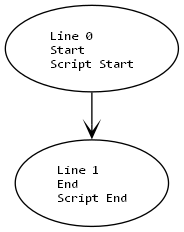
mine41/deob keeps this Graphviz diagram as in/in.png. Above is the earlier version. Its source is kept beside it as in/in.dot.
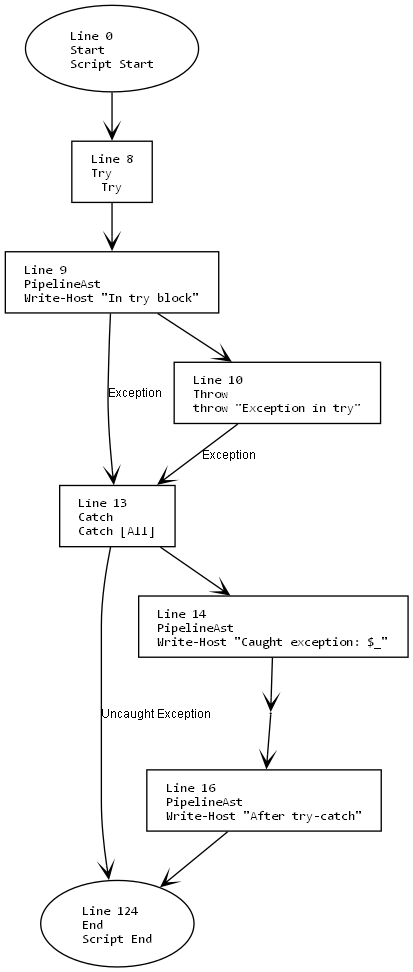
After the commit.

Commit message:
修复bug：最后一个catch错误的结束了所有exception情况，忽视了uncaught exception

Change to the diagram source:
```diff
@@ -11,7 +11,23 @@
     edge [fontname="Arial", arrowhead=vee, fontsize=9];
 
     1 [label="Line 0\lStart\lScript Start", shape=oval];
-    2 [label="Line 1\lEnd\lScript End", shape=oval];
+    2 [label="Line 124\lEnd\lScript End", shape=oval];
+    3 [label="Line 8\lTry\lTry", shape=box];
+    4 [label="Line 15\lMerge\lTry-End", shape=point];
+    5 [label="Line 13\lCatch\lCatch [All]", shape=box];
+    6 [label="Line 9\lPipelineAst\lWrite-Host \"In try block\"", shape=box];
+    7 [label="Line 10\lThrow\lthrow \"Exception in try\"", shape=box];
+    8 [label="Line 14\lPipelineAst\lWrite-Host \"Caught exception: $_\"", shape=box];
+    9 [label="Line 16\lPipelineAst\lWrite-Host \"After try-catch\"", shape=box];
 
-    1 -> 2;
+    1 -> 3;
+    3 -> 6;
+    6 -> 7;
+    6 -> 5 [label="Exception"];
+    7 -> 5 [label="Exception"];
+    5 -> 8;
+    5 -> 2 [label="Uncaught Exception"];
+    8 -> 4;
+    4 -> 9;
+    9 -> 2;
 }
```
